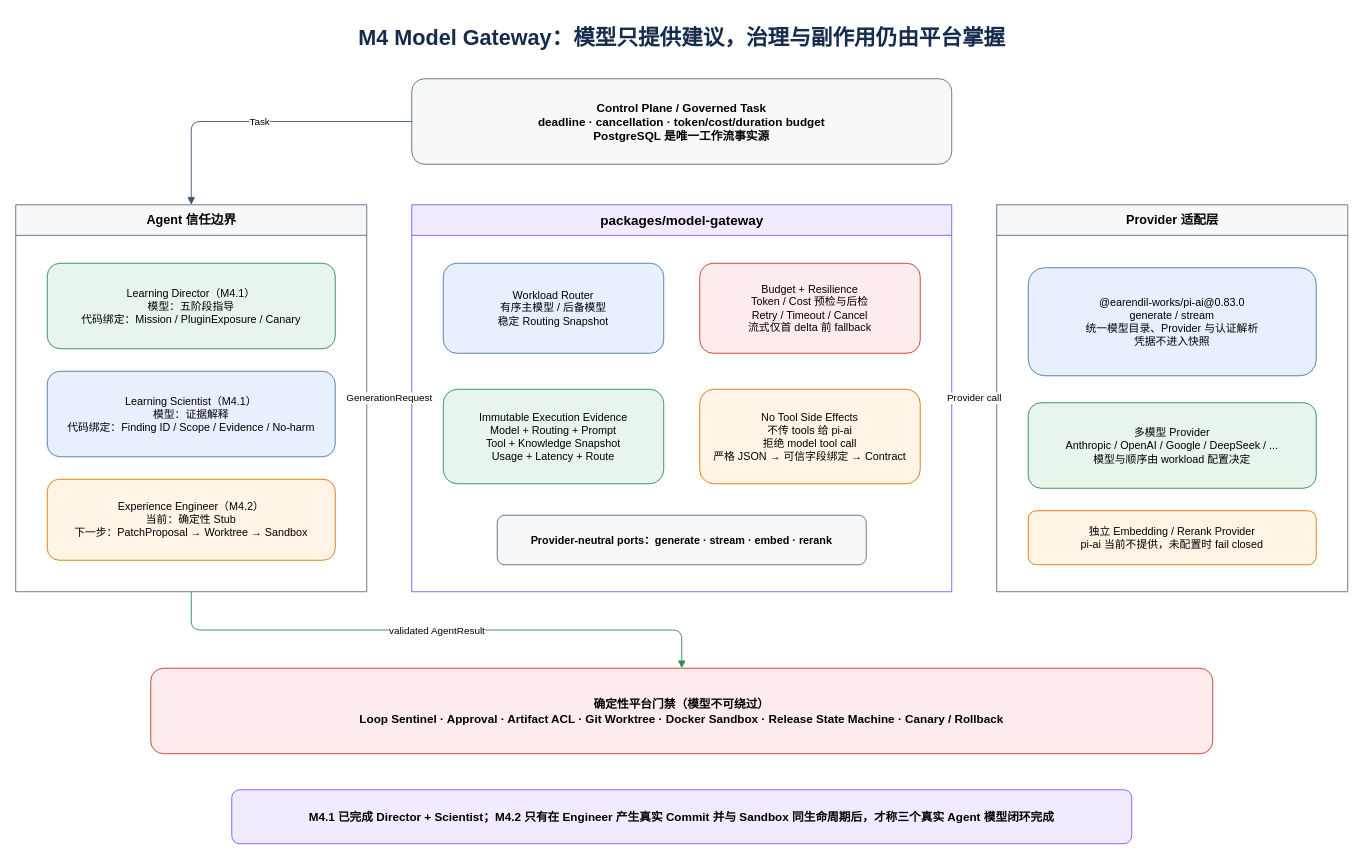
This is page "09-M4模型网关与信任边界" (9 of 9) of FireFly-QuestLab-目标架构-v3.drawio from Qfish-417/Firefly, a draw.io file, before an edit. Source tidied: cells renumbered, new cells numbered last; positions are measured from the earlier drawing's top-left corner, leaving out a move shared by most shapes. Both pictures are drawn from the tidied source at 90%, with x=0, y=0 at pixel (15, 15).
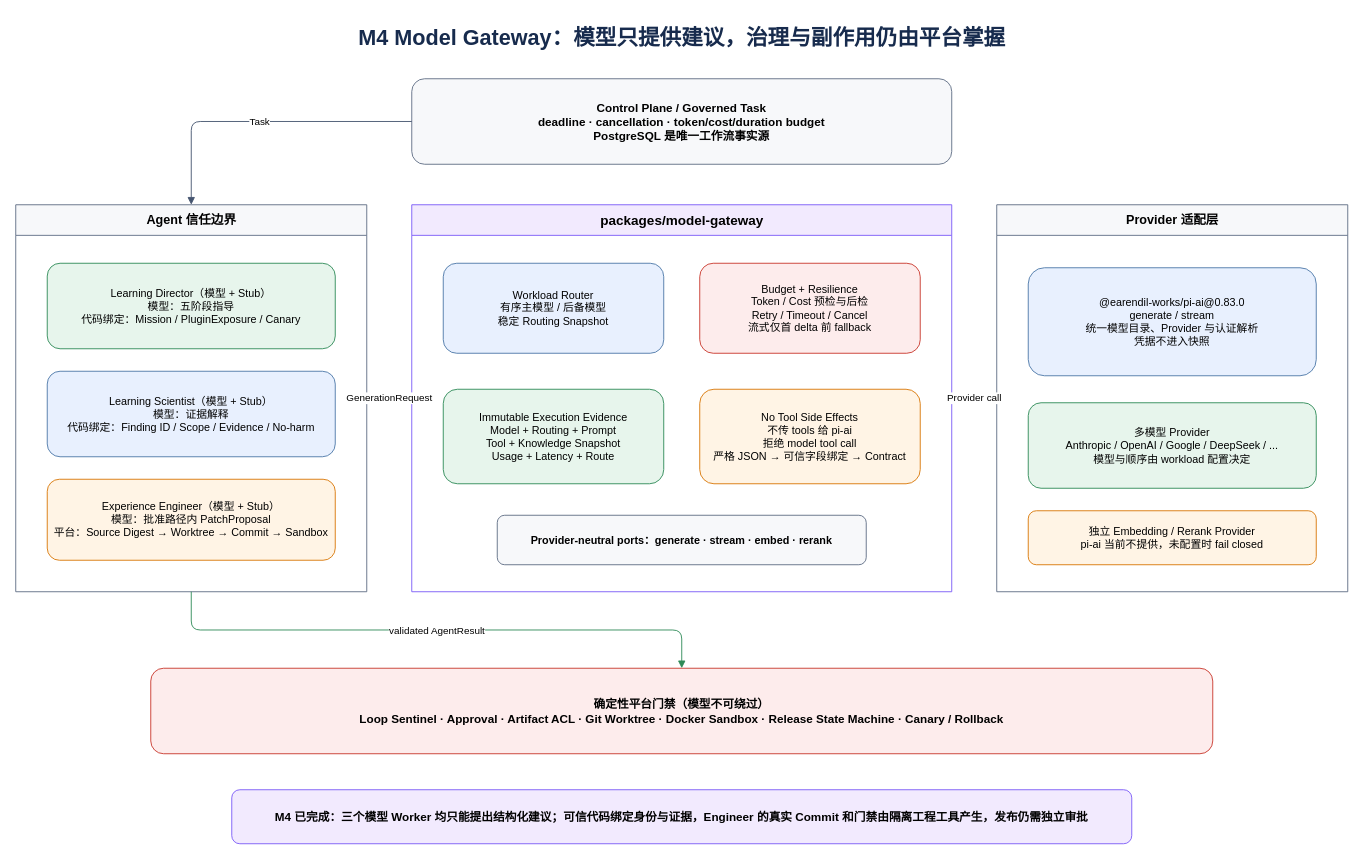
Above is the later version.

Unchanged cells that the change refers to:
```xml
<mxCell id="4" value="Agent 信任边界" style="swimlane;html=1;horizontal=1;startSize=34;fillColor=#F7F8FA;strokeColor=#5E6C84;fontSize=14;fontStyle=1;" parent="1" vertex="1">
  <mxGeometry y="210" width="390" height="430" as="geometry" />
</mxCell>
```

The edit, as a diff of the source:
```diff
@@
-    <mxCell id="5" value="Learning Director（M4.1）&#10;模型：五阶段指导&#10;代码绑定：Mission / PluginExposure / Canary" style="rounded=1;whiteSpace=wrap;html=1;fillColor=#E7F5EC;strokeColor=#2E8B57;fontSize=12;" parent="4" vertex="1">
+    <mxCell id="5" value="Learning Director（模型 + Stub）&#10;模型：五阶段指导&#10;代码绑定：Mission / PluginExposure / Canary" style="rounded=1;whiteSpace=wrap;html=1;fillColor=#E7F5EC;strokeColor=#2E8B57;fontSize=12;" parent="4" vertex="1">
       <mxGeometry x="35" y="65" width="320" height="95" as="geometry" />
     </mxCell>
-    <mxCell id="6" value="Learning Scientist（M4.1）&#10;模型：证据解释&#10;代码绑定：Finding ID / Scope / Evidence / No-harm" style="rounded=1;whiteSpace=wrap;html=1;fillColor=#E8F0FE;strokeColor=#4C78A8;fontSize=12;" parent="4" vertex="1">
+    <mxCell id="6" value="Learning Scientist（模型 + Stub）&#10;模型：证据解释&#10;代码绑定：Finding ID / Scope / Evidence / No-harm" style="rounded=1;whiteSpace=wrap;html=1;fillColor=#E8F0FE;strokeColor=#4C78A8;fontSize=12;" parent="4" vertex="1">
       <mxGeometry x="35" y="185" width="320" height="95" as="geometry" />
     </mxCell>
-    <mxCell id="7" value="Experience Engineer（M4.2）&#10;当前：确定性 Stub&#10;下一步：PatchProposal → Worktree → Sandbox" style="rounded=1;whiteSpace=wrap;html=1;fillColor=#FFF4E5;strokeColor=#D97706;fontSize=12;" parent="4" vertex="1">
+    <mxCell id="7" value="Experience Engineer（模型 + Stub）&#10;模型：批准路径内 PatchProposal&#10;平台：Source Digest → Worktree → Commit → Sandbox" style="rounded=1;whiteSpace=wrap;html=1;fillColor=#FFF4E5;strokeColor=#D97706;fontSize=12;" parent="4" vertex="1">
       <mxGeometry x="35" y="305" width="320" height="90" as="geometry" />
     </mxCell>
@@
-    <mxCell id="19" value="M4.1 已完成 Director + Scientist；M4.2 只有在 Engineer 产生真实 Commit 并与 Sandbox 同生命周期后，才称三个真实 Agent 模型闭环完成" style="rounded=1;whiteSpace=wrap;html=1;fillColor=#F2EAFE;strokeColor=#7A5AF8;fontSize=13;fontStyle=1;" parent="1" vertex="1">
+    <mxCell id="19" value="M4 已完成：三个模型 Worker 均只能提出结构化建议；可信代码绑定身份与证据，Engineer 的真实 Commit 和门禁由隔离工程工具产生，发布仍需独立审批" style="rounded=1;whiteSpace=wrap;html=1;fillColor=#F2EAFE;strokeColor=#7A5AF8;fontSize=13;fontStyle=1;" parent="1" vertex="1">
       <mxGeometry x="240" y="860" width="1000" height="60" as="geometry" />
     </mxCell>
```
